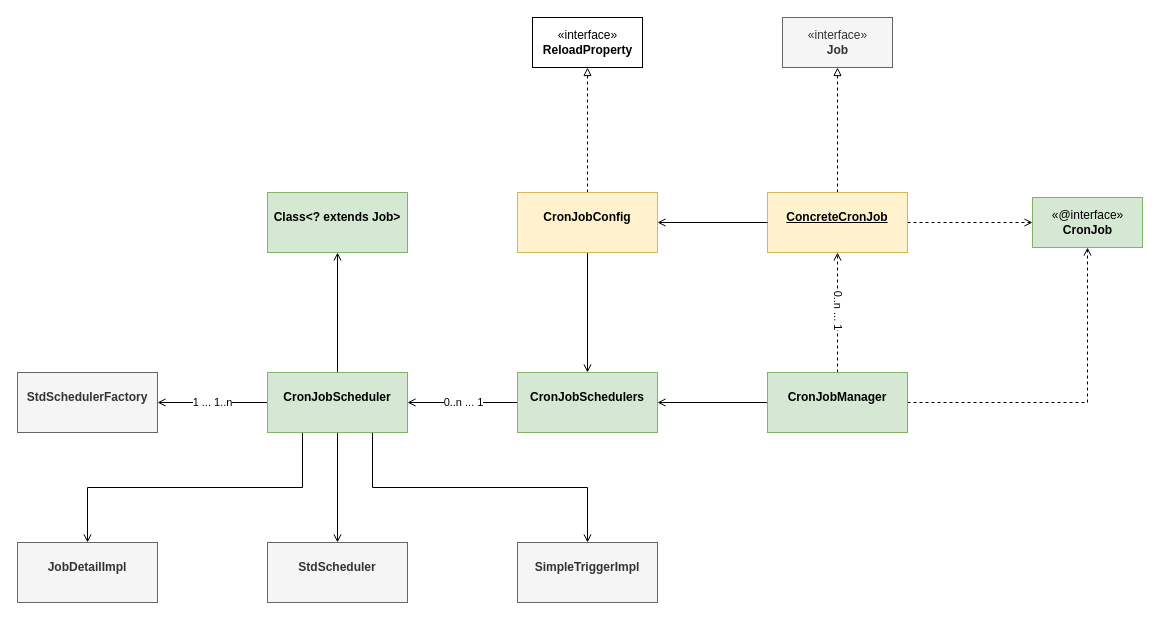
Above: leyan/policy/policy-quartz-component-class-diagram.drawio in GeekKwok/UML (draw.io), before the change. Source tidied: cells renumbered, new cells numbered last; positions are measured from the earlier drawing's top-left corner, leaving out a move shared by most shapes. Both pictures are drawn from the tidied source at 100%, with x=0, y=0 at pixel (17, 17).
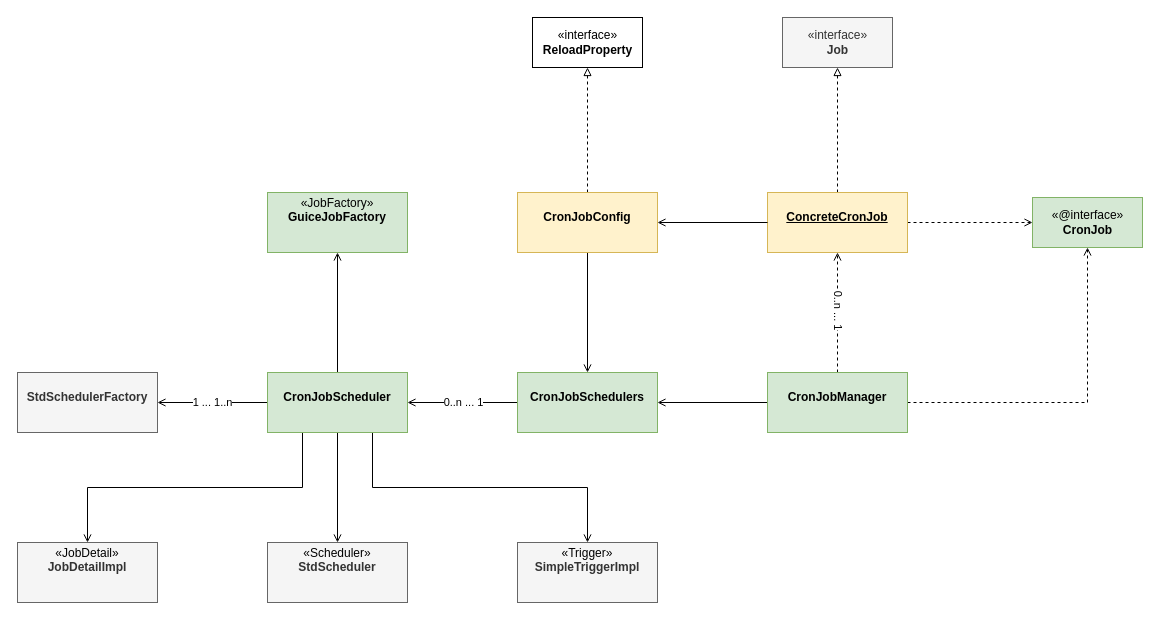
Above is the later version.

Change to the diagram source:
```diff
@@
-    <mxCell id="8" value="&lt;p style=&quot;margin: 0px ; margin-top: 4px ; text-align: center&quot;&gt;&lt;br&gt;&lt;b&gt;Class&amp;lt;? extends Job&amp;gt;&lt;/b&gt;&lt;/p&gt;" style="verticalAlign=top;align=left;overflow=fill;fontSize=12;fontFamily=Helvetica;html=1;fillColor=#d5e8d4;strokeColor=#82b366;" parent="1" vertex="1">
+    <mxCell id="8" value="&lt;p style=&quot;margin: 0px ; margin-top: 4px ; text-align: center&quot;&gt;«JobFactory»&lt;br&gt;&lt;b&gt;GuiceJobFactory&lt;/b&gt;&lt;/p&gt;" style="verticalAlign=top;align=left;overflow=fill;fontSize=12;fontFamily=Helvetica;html=1;fillColor=#d5e8d4;strokeColor=#82b366;" parent="1" vertex="1">
       <mxGeometry x="250" y="175" width="140" height="60" as="geometry" />
     </mxCell>
@@
-    <mxCell id="16" value="&lt;p style=&quot;margin: 0px ; margin-top: 4px ; text-align: center&quot;&gt;&lt;br&gt;&lt;b&gt;StdScheduler&lt;/b&gt;&lt;/p&gt;" style="verticalAlign=top;align=left;overflow=fill;fontSize=12;fontFamily=Helvetica;html=1;fillColor=#f5f5f5;strokeColor=#666666;fontColor=#333333;" parent="1" vertex="1">
+    <mxCell id="16" value="&lt;p style=&quot;margin: 0px ; margin-top: 4px ; text-align: center&quot;&gt;&lt;span style=&quot;color: rgb(0 , 0 , 0)&quot;&gt;«Scheduler»&lt;/span&gt;&lt;br&gt;&lt;b&gt;StdScheduler&lt;/b&gt;&lt;/p&gt;" style="verticalAlign=top;align=left;overflow=fill;fontSize=12;fontFamily=Helvetica;html=1;fillColor=#f5f5f5;strokeColor=#666666;fontColor=#333333;" parent="1" vertex="1">
       <mxGeometry x="250" y="525" width="140" height="60" as="geometry" />
     </mxCell>
@@
-    <mxCell id="28" value="&lt;p style=&quot;margin: 0px ; margin-top: 4px ; text-align: center&quot;&gt;&lt;br&gt;&lt;b&gt;JobDetailImpl&lt;/b&gt;&lt;/p&gt;" style="verticalAlign=top;align=left;overflow=fill;fontSize=12;fontFamily=Helvetica;html=1;fillColor=#f5f5f5;strokeColor=#666666;fontColor=#333333;" parent="1" vertex="1">
+    <mxCell id="28" value="&lt;p style=&quot;margin: 0px ; margin-top: 4px ; text-align: center&quot;&gt;&lt;span style=&quot;color: rgb(0 , 0 , 0)&quot;&gt;«JobDetail»&lt;/span&gt;&lt;br&gt;&lt;b&gt;JobDetailImpl&lt;/b&gt;&lt;/p&gt;" style="verticalAlign=top;align=left;overflow=fill;fontSize=12;fontFamily=Helvetica;html=1;fillColor=#f5f5f5;strokeColor=#666666;fontColor=#333333;" parent="1" vertex="1">
       <mxGeometry y="525" width="140" height="60" as="geometry" />
     </mxCell>
-    <mxCell id="29" value="&lt;p style=&quot;margin: 0px ; margin-top: 4px ; text-align: center&quot;&gt;&lt;br&gt;&lt;b&gt;SimpleTriggerImpl&lt;/b&gt;&lt;/p&gt;" style="verticalAlign=top;align=left;overflow=fill;fontSize=12;fontFamily=Helvetica;html=1;fillColor=#f5f5f5;strokeColor=#666666;fontColor=#333333;" parent="1" vertex="1">
+    <mxCell id="29" value="&lt;p style=&quot;margin: 0px ; margin-top: 4px ; text-align: center&quot;&gt;&lt;span style=&quot;color: rgb(0 , 0 , 0)&quot;&gt;«Trigger»&lt;/span&gt;&lt;br&gt;&lt;b&gt;SimpleTriggerImpl&lt;/b&gt;&lt;/p&gt;" style="verticalAlign=top;align=left;overflow=fill;fontSize=12;fontFamily=Helvetica;html=1;fillColor=#f5f5f5;strokeColor=#666666;fontColor=#333333;" parent="1" vertex="1">
       <mxGeometry x="500" y="525" width="140" height="60" as="geometry" />
     </mxCell>
```
